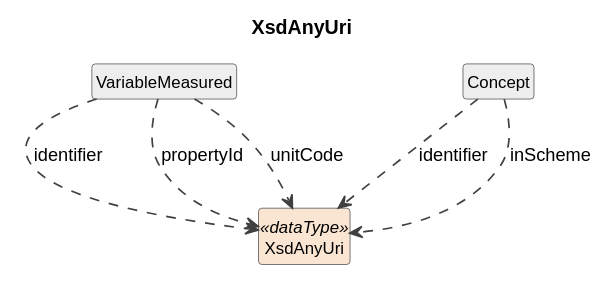
Earlier version of the PlantUML export build/plantuml/cdifDataDescription/DataTypes/XsdAnyUri.svg (Cross-Domain-Interoperability-Framework/metadataBuildingBlocks). The source it was exported from:
```plantuml
@startuml
title XsdAnyUri
hide circle
hide empty members
skinparam shadowing false
skinparam ArrowThickness 1.2
skinparam class {
  ArrowColor #404040
  BorderColor #404040
  FontSize 12
}

class "XsdAnyUri" as XsdAnyUri <<dataType>> #FAE5D3
class "VariableMeasured" as VariableMeasured #EEEEEE
VariableMeasured ..> XsdAnyUri : identifier
VariableMeasured ..> XsdAnyUri : propertyId
VariableMeasured ..> XsdAnyUri : unitCode
class "Concept" as Concept #EEEEEE
Concept ..> XsdAnyUri : identifier
Concept ..> XsdAnyUri : inScheme
@enduml
```
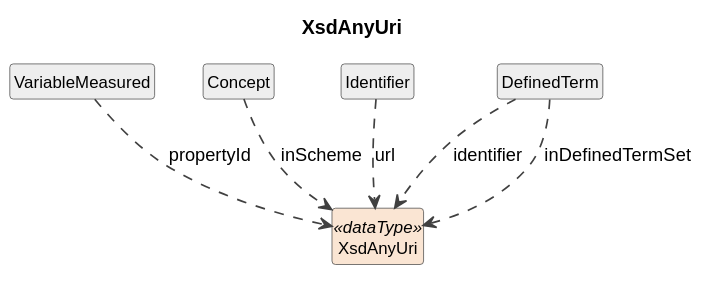
The same diagram one commit later.

Diff of the diagram source:
```diff
@@ -12,10 +12,12 @@
 
 class "XsdAnyUri" as XsdAnyUri <<dataType>> #FAE5D3
 class "VariableMeasured" as VariableMeasured #EEEEEE
-VariableMeasured ..> XsdAnyUri : identifier
 VariableMeasured ..> XsdAnyUri : propertyId
-VariableMeasured ..> XsdAnyUri : unitCode
 class "Concept" as Concept #EEEEEE
-Concept ..> XsdAnyUri : identifier
 Concept ..> XsdAnyUri : inScheme
+class "Identifier" as Identifier #EEEEEE
+Identifier ..> XsdAnyUri : url
+class "DefinedTerm" as DefinedTerm #EEEEEE
+DefinedTerm ..> XsdAnyUri : identifier
+DefinedTerm ..> XsdAnyUri : inDefinedTermSet
 @enduml
```
